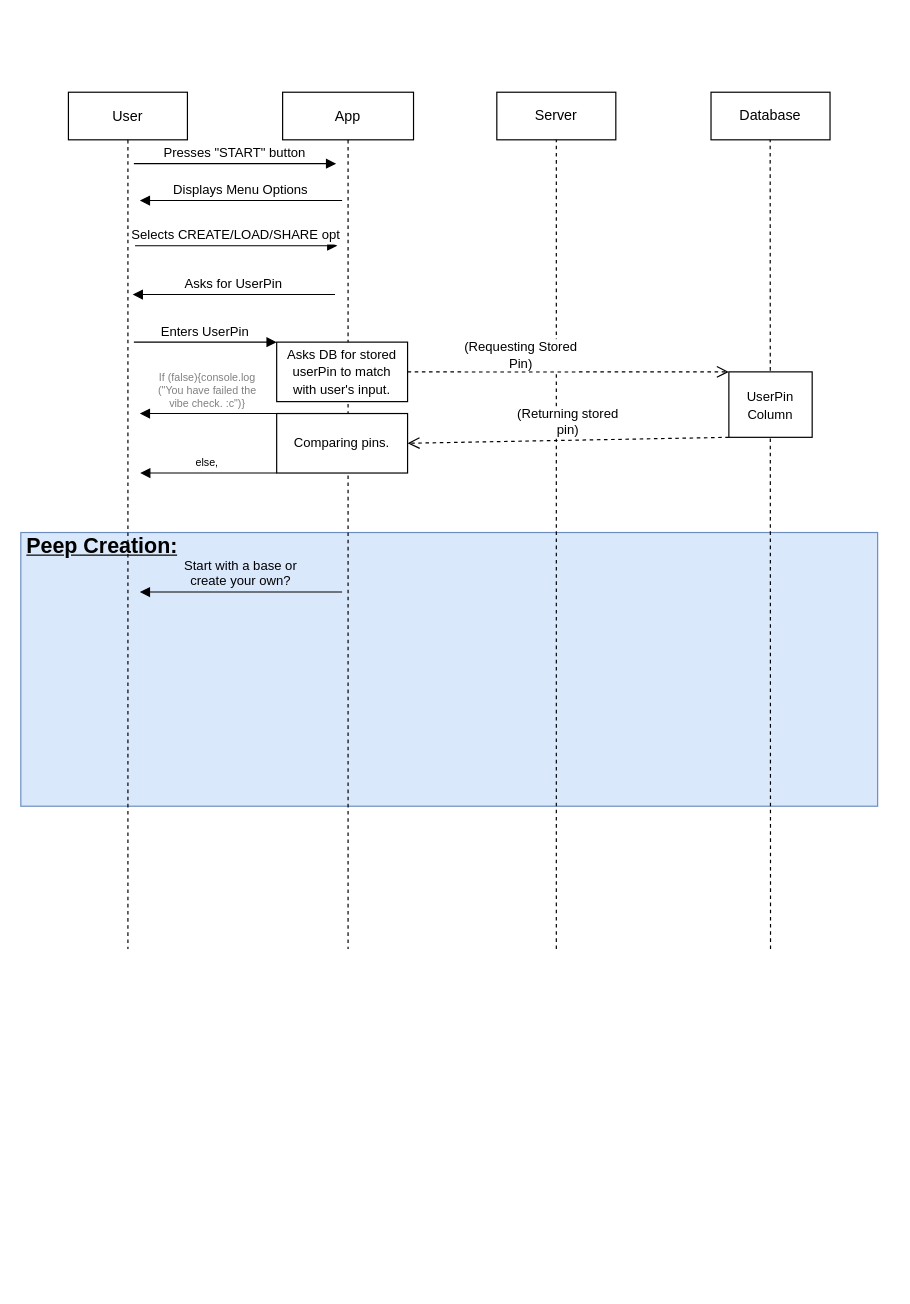
Pomegranule/MultiverseBootcamp keeps this draw.io diagram as page "Page-1" (1 of 2) of peepTracker3.0/UMLs/Untitled Diagram.drawio. Above is the earlier version. Source tidied: cells renumbered, new cells numbered last; positions are measured from the earlier drawing's top-left corner, leaving out a move shared by most shapes. Both pictures are drawn from the tidied source at 119%, with x=0, y=0 at pixel (20, 92).
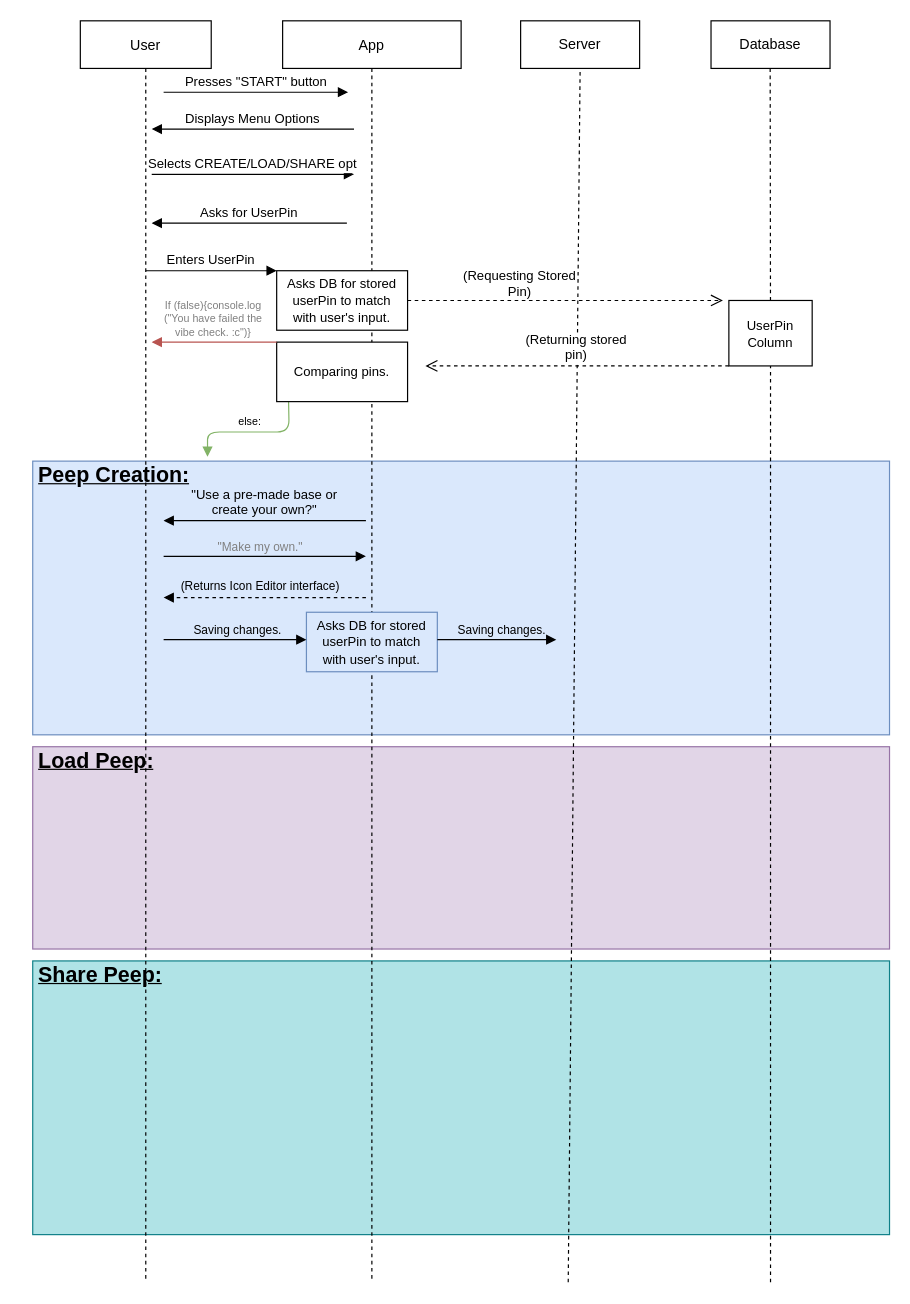
The same diagram, later.

Unchanged cells that the change refers to:
```xml
<mxCell id="7" value="&lt;span style=&quot;font-size: 11px ; background-color: rgb(255 , 255 , 255)&quot;&gt;Asks DB for stored userPin to match&lt;/span&gt;&lt;br style=&quot;padding: 0px ; margin: 0px ; font-size: 11px&quot;&gt;&lt;span style=&quot;font-size: 11px ; background-color: rgb(255 , 255 , 255)&quot;&gt;with user's input.&lt;/span&gt;" style="rounded=0;whiteSpace=wrap;html=1;" parent="5" vertex="1">
  <mxGeometry x="-5" y="210" width="110" height="50" as="geometry" />
</mxCell>
<mxCell id="8" value="&lt;span style=&quot;font-size: 11px ; background-color: rgb(255 , 255 , 255)&quot;&gt;Comparing pins.&lt;/span&gt;" style="rounded=0;whiteSpace=wrap;html=1;" parent="5" vertex="1">
  <mxGeometry x="-5" y="270" width="110" height="50" as="geometry" />
</mxCell>
```

Diff of the diagram source:
```diff
@@
+    <mxCell id="23" value="&lt;h1&gt;&lt;u&gt;Share Peep:&lt;/u&gt;&lt;/h1&gt;" style="text;html=1;strokeColor=#0e8088;fillColor=#b0e3e6;spacing=5;spacingTop=-20;whiteSpace=wrap;overflow=hidden;rounded=0;fontSize=9;" parent="1" vertex="1">
+      <mxGeometry x="10" y="730" width="720" height="230" as="geometry" />
+    </mxCell>
+    <mxCell id="24" value="&lt;h1&gt;&lt;u&gt;Load Peep:&lt;/u&gt;&lt;/h1&gt;" style="text;html=1;strokeColor=#9673a6;fillColor=#e1d5e7;spacing=5;spacingTop=-20;whiteSpace=wrap;overflow=hidden;rounded=0;fontSize=9;" parent="1" vertex="1">
+      <mxGeometry x="10" y="550" width="720" height="170" as="geometry" />
+    </mxCell>
     <mxCell id="2" value="&lt;h1&gt;&lt;u&gt;Peep Creation:&lt;/u&gt;&lt;/h1&gt;" style="text;html=1;strokeColor=#6c8ebf;fillColor=#dae8fc;spacing=5;spacingTop=-20;whiteSpace=wrap;overflow=hidden;rounded=0;fontSize=9;" parent="1" vertex="1">
-      <mxGeometry y="370" width="720" height="230" as="geometry" />
+      <mxGeometry x="10" y="310" width="720" height="230" as="geometry" />
     </mxCell>
     <mxCell id="3" value="User" style="shape=umlLifeline;perimeter=lifelinePerimeter;rounded=0;shadow=0;strokeWidth=1;" parent="1" vertex="1">
-      <mxGeometry x="40" width="100" height="720" as="geometry" />
+      <mxGeometry x="50" y="-60" width="110" height="1060" as="geometry" />
     </mxCell>
-    <mxCell id="4" value="else, " style="verticalAlign=bottom;endArrow=block;shadow=0;strokeWidth=1;exitX=-0.003;exitY=0.171;exitDx=0;exitDy=0;exitPerimeter=0;fontSize=9;fontColor=#000000;strokeColor=#000000;" parent="3" edge="1">
+    <mxCell id="4" value="else: " style="verticalAlign=bottom;endArrow=block;shadow=0;strokeWidth=1;exitX=-0.003;exitY=0.171;exitDx=0;exitDy=0;exitPerimeter=0;fontSize=9;fontColor=#000000;strokeColor=#82b366;fillColor=#d5e8d4;edgeStyle=orthogonalEdgeStyle;entryX=0.204;entryY=-0.016;entryDx=0;entryDy=0;entryPerimeter=0;" parent="3" edge="1" target="2">
       <mxGeometry relative="1" as="geometry">
         <mxPoint x="175" y="320" as="sourcePoint" />
-        <mxPoint x="60.3" y="320" as="targetPoint" />
       </mxGeometry>
     </mxCell>
+    <mxCell id="6" value="Selects CREATE/LOAD/SHARE opt" style="verticalAlign=bottom;endArrow=block;entryX=0;entryY=0;shadow=0;strokeWidth=1;" parent="3" edge="1">
+      <mxGeometry relative="1" as="geometry">
+        <mxPoint x="60" y="129" as="sourcePoint" />
+        <mxPoint x="230" y="129" as="targetPoint" />
+      </mxGeometry>
+    </mxCell>
     <mxCell id="5" value="App" style="shape=umlLifeline;perimeter=lifelinePerimeter;rounded=0;shadow=0;strokeWidth=1;" parent="1" vertex="1">
-      <mxGeometry x="220" width="110" height="720" as="geometry" />
+      <mxGeometry x="220" y="-60" width="150" height="1060" as="geometry" />
     </mxCell>
-    <mxCell id="6" value="Selects CREATE/LOAD/SHARE opt" style="verticalAlign=bottom;endArrow=block;entryX=0;entryY=0;shadow=0;strokeWidth=1;" parent="5" edge="1">
-      <mxGeometry relative="1" as="geometry">
-        <mxPoint x="-124" y="129" as="sourcePoint" />
-        <mxPoint x="46" y="129" as="targetPoint" />
-      </mxGeometry>
-    </mxCell>
@@
+    <mxCell id="25" value="&lt;span style=&quot;font-size: 11px;&quot;&gt;Asks DB for stored userPin to match&lt;/span&gt;&lt;br style=&quot;padding: 0px ; margin: 0px ; font-size: 11px&quot;&gt;&lt;span style=&quot;font-size: 11px;&quot;&gt;with user's input.&lt;/span&gt;" style="rounded=0;whiteSpace=wrap;html=1;labelBackgroundColor=none;fillColor=#dae8fc;strokeColor=#6c8ebf;" parent="5" vertex="1">
+      <mxGeometry x="20" y="497" width="110" height="50" as="geometry" />
+    </mxCell>
     <mxCell id="9" value="Presses &quot;START&quot; button" style="verticalAlign=bottom;endArrow=block;entryX=0;entryY=0;shadow=0;strokeWidth=1;" parent="1" edge="1">
       <mxGeometry relative="1" as="geometry">
-        <mxPoint x="95" y="60" as="sourcePoint" />
-        <mxPoint x="265" y="60" as="targetPoint" />
+        <mxPoint x="120" as="sourcePoint" />
+        <mxPoint x="275" as="targetPoint" />
       </mxGeometry>
     </mxCell>
     <mxCell id="10" value="Displays Menu Options" style="verticalAlign=bottom;endArrow=block;shadow=0;strokeWidth=1;" parent="1" edge="1">
       <mxGeometry relative="1" as="geometry">
-        <mxPoint x="270" y="91" as="sourcePoint" />
-        <mxPoint x="100" y="91" as="targetPoint" />
+        <mxPoint x="280" y="31" as="sourcePoint" />
+        <mxPoint x="110" y="31" as="targetPoint" />
       </mxGeometry>
     </mxCell>
     <mxCell id="11" value="Server" style="rounded=0;whiteSpace=wrap;html=1;" parent="1" vertex="1">
-      <mxGeometry x="400" width="100" height="40" as="geometry" />
+      <mxGeometry x="420" y="-60" width="100" height="40" as="geometry" />
     </mxCell>
     <mxCell id="12" value="Database" style="rounded=0;whiteSpace=wrap;html=1;" parent="1" vertex="1">
-      <mxGeometry x="580" width="100" height="40" as="geometry" />
+      <mxGeometry x="580" y="-60" width="100" height="40" as="geometry" />
     </mxCell>
     <mxCell id="13" style="endArrow=none;dashed=1;html=1;rounded=0;entryX=0.5;entryY=1;entryDx=0;entryDy=0;" parent="1" edge="1" target="11">
       <mxGeometry relative="1" as="geometry">
-        <mxPoint x="450" y="720" as="sourcePoint" />
+        <mxPoint x="460" y="1000" as="sourcePoint" />
       </mxGeometry>
     </mxCell>
-    <mxCell id="14" style="endArrow=none;dashed=1;html=1;rounded=0;entryX=0.5;entryY=1;entryDx=0;entryDy=0;" parent="1" edge="1">
+    <mxCell id="14" style="endArrow=none;dashed=1;html=1;rounded=0;entryX=0.5;entryY=1;entryDx=0;entryDy=0;startArrow=none;" parent="1" edge="1" source="20">
       <mxGeometry relative="1" as="geometry">
-        <mxPoint x="630" y="720" as="sourcePoint" />
-        <mxPoint x="629.7" y="40" as="targetPoint" />
+        <mxPoint x="629.7" y="-20" as="targetPoint" />
       </mxGeometry>
     </mxCell>
-    <mxCell id="15" value="Asks for UserPin" style="verticalAlign=bottom;endArrow=block;entryX=0;entryY=0;shadow=0;strokeWidth=1;" parent="1" edge="1">
+    <mxCell id="15" value="Asks for UserPin" style="verticalAlign=bottom;endArrow=block;shadow=0;strokeWidth=1;" parent="1" edge="1">
       <mxGeometry relative="1" as="geometry">
-        <mxPoint x="264" y="170" as="sourcePoint" />
-        <mxPoint x="94" y="170" as="targetPoint" />
+        <mxPoint x="274" y="110" as="sourcePoint" />
+        <mxPoint x="110" y="110" as="targetPoint" />
       </mxGeometry>
     </mxCell>
-    <mxCell id="16" value="(Returning stored&#10;pin)" style="verticalAlign=bottom;endArrow=open;dashed=1;endSize=8;exitX=0;exitY=1;shadow=0;strokeWidth=1;exitDx=0;exitDy=0;entryX=1;entryY=0.5;entryDx=0;entryDy=0;" parent="1" edge="1" source="20" target="8">
-      <mxGeometry relative="1" as="geometry" />
+    <mxCell id="16" value="(Returning stored&#10;pin)" style="verticalAlign=bottom;endArrow=open;dashed=1;endSize=8;exitX=0;exitY=1;shadow=0;strokeWidth=1;exitDx=0;exitDy=0;" parent="1" edge="1" source="20">
+      <mxGeometry relative="1" as="geometry">
+        <mxPoint x="340" y="230" as="targetPoint" />
+      </mxGeometry>
     </mxCell>
-    <mxCell id="17" style="verticalAlign=bottom;endArrow=open;dashed=1;endSize=8;exitX=1;exitY=0.5;shadow=0;strokeWidth=1;exitDx=0;exitDy=0;fillColor=none;entryX=0;entryY=0;entryDx=0;entryDy=0;" parent="1" edge="1" source="7" target="20">
-      <mxGeometry relative="1" as="geometry" />
+    <mxCell id="17" style="verticalAlign=bottom;endArrow=open;dashed=1;endSize=8;exitX=1;exitY=0.5;shadow=0;strokeWidth=1;exitDx=0;exitDy=0;fillColor=none;" parent="1" edge="1" source="7">
+      <mxGeometry relative="1" as="geometry">
+        <mxPoint x="590" y="175" as="targetPoint" />
+      </mxGeometry>
     </mxCell>
@@
-    <mxCell id="19" value="If (false){console.log&#10;(&quot;You have failed the&#10;vibe check. :c&quot;)}" style="verticalAlign=bottom;endArrow=block;shadow=0;strokeWidth=1;exitX=0;exitY=0;exitDx=0;exitDy=0;fontSize=9;fontColor=#808080;strokeColor=#000000;" parent="1" edge="1" source="8">
+    <mxCell id="19" value="If (false){console.log&#10;(&quot;You have failed the&#10;vibe check. :c&quot;)}" style="verticalAlign=bottom;endArrow=block;shadow=0;strokeWidth=1;exitX=0;exitY=0;exitDx=0;exitDy=0;fontSize=9;fontColor=#808080;strokeColor=#b85450;fillColor=#f8cecc;" parent="1" edge="1" source="8">
       <mxGeometry relative="1" as="geometry">
-        <mxPoint x="100" y="270" as="targetPoint" />
+        <mxPoint x="110" y="210" as="targetPoint" />
       </mxGeometry>
     </mxCell>
-    <mxCell id="20" value="&lt;span style=&quot;font-size: 11px ; background-color: rgb(255 , 255 , 255)&quot;&gt;UserPin Column&lt;/span&gt;" style="rounded=0;whiteSpace=wrap;html=1;" parent="1" vertex="1">
-      <mxGeometry x="595" y="235" width="70" height="55" as="geometry" />
-    </mxCell>
     <mxCell id="21" value="Enters UserPin" style="verticalAlign=bottom;endArrow=block;shadow=0;strokeWidth=1;entryX=0;entryY=0;entryDx=0;entryDy=0;" parent="1" edge="1" target="7">
       <mxGeometry relative="1" as="geometry">
-        <mxPoint x="95" y="210" as="sourcePoint" />
+        <mxPoint x="105" y="150" as="sourcePoint" />
       </mxGeometry>
     </mxCell>
-    <mxCell id="22" value="Start with a base or&#10;create your own?" style="verticalAlign=bottom;endArrow=block;entryX=0;entryY=0;shadow=0;strokeWidth=1;labelBackgroundColor=none;" parent="1" edge="1">
+    <mxCell id="22" value="&quot;Use a pre-made base or&#10;create your own?&quot;" style="verticalAlign=bottom;endArrow=block;entryX=0;entryY=0;shadow=0;strokeWidth=1;labelBackgroundColor=none;" parent="1" edge="1">
       <mxGeometry relative="1" as="geometry">
-        <mxPoint x="270" y="420" as="sourcePoint" />
-        <mxPoint x="100" y="420" as="targetPoint" />
+        <mxPoint x="290" y="360" as="sourcePoint" />
+        <mxPoint x="120" y="360" as="targetPoint" />
       </mxGeometry>
     </mxCell>
+    <mxCell id="26" style="verticalAlign=bottom;endArrow=block;shadow=0;strokeWidth=1;labelBackgroundColor=none;" parent="1" edge="1">
+      <mxGeometry relative="1" as="geometry">
+        <mxPoint x="120" y="390" as="sourcePoint" />
+        <mxPoint x="290" y="390" as="targetPoint" />
+      </mxGeometry>
+    </mxCell>
+    <mxCell id="27" value="&lt;font color=&quot;#808080&quot; style=&quot;font-size: 10px;&quot;&gt;&quot;Make my own.&quot;&lt;/font&gt;" style="edgeLabel;html=1;align=center;verticalAlign=middle;fontSize=10;fontColor=#000000;labelBackgroundColor=none;" parent="26" vertex="1">
+      <mxGeometry x="-0.24" y="3" relative="1" as="geometry">
+        <mxPoint x="15" y="-6" as="offset" />
+      </mxGeometry>
+    </mxCell>
+    <mxCell id="28" style="verticalAlign=bottom;endArrow=block;shadow=0;strokeWidth=1;labelBackgroundColor=none;dashed=1;" parent="1" edge="1">
+      <mxGeometry relative="1" as="geometry">
+        <mxPoint x="290" y="424.7" as="sourcePoint" />
+        <mxPoint x="120" y="424.7" as="targetPoint" />
+      </mxGeometry>
+    </mxCell>
+    <mxCell id="29" value="(Returns Icon Editor interface)" style="edgeLabel;html=1;align=center;verticalAlign=middle;fontSize=10;fontColor=#000000;labelBackgroundColor=none;" parent="28" vertex="1">
+      <mxGeometry x="-0.24" y="3" relative="1" as="geometry">
+        <mxPoint x="-25" y="-13" as="offset" />
+      </mxGeometry>
+    </mxCell>
+    <mxCell id="30" style="verticalAlign=bottom;endArrow=block;shadow=0;strokeWidth=1;labelBackgroundColor=none;" parent="1" edge="1">
+      <mxGeometry relative="1" as="geometry">
+        <mxPoint x="120" y="460" as="sourcePoint" />
+        <mxPoint x="240" y="460" as="targetPoint" />
+      </mxGeometry>
+    </mxCell>
+    <mxCell id="31" value="&lt;font style=&quot;font-size: 10px&quot;&gt;Saving changes.&lt;/font&gt;" style="edgeLabel;html=1;align=center;verticalAlign=middle;fontSize=10;fontColor=#000000;labelBackgroundColor=none;" parent="30" vertex="1">
+      <mxGeometry x="-0.24" y="3" relative="1" as="geometry">
+        <mxPoint x="15" y="-6" as="offset" />
+      </mxGeometry>
+    </mxCell>
+    <mxCell id="32" style="verticalAlign=bottom;endArrow=block;shadow=0;strokeWidth=1;labelBackgroundColor=none;" parent="1" edge="1">
+      <mxGeometry relative="1" as="geometry">
+        <mxPoint x="350" y="460" as="sourcePoint" />
+        <mxPoint x="450" y="460" as="targetPoint" />
+      </mxGeometry>
+    </mxCell>
+    <mxCell id="33" value="&lt;font style=&quot;font-size: 10px&quot;&gt;Saving changes.&lt;/font&gt;" style="edgeLabel;html=1;align=center;verticalAlign=middle;fontSize=10;fontColor=#000000;labelBackgroundColor=none;" parent="32" vertex="1">
+      <mxGeometry x="-0.24" y="3" relative="1" as="geometry">
+        <mxPoint x="15" y="-6" as="offset" />
+      </mxGeometry>
+    </mxCell>
+    <mxCell id="20" value="&lt;span style=&quot;font-size: 11px ; background-color: rgb(255 , 255 , 255)&quot;&gt;UserPin Column&lt;/span&gt;" style="rounded=0;whiteSpace=wrap;html=1;" parent="1" vertex="1">
+      <mxGeometry x="595" y="175" width="70" height="55" as="geometry" />
+    </mxCell>
+    <mxCell id="34" style="endArrow=none;dashed=1;html=1;rounded=0;entryX=0.5;entryY=1;entryDx=0;entryDy=0;" parent="1" edge="1" target="20">
+      <mxGeometry relative="1" as="geometry">
+        <mxPoint x="630" y="1000" as="sourcePoint" />
+      </mxGeometry>
+    </mxCell>
```
